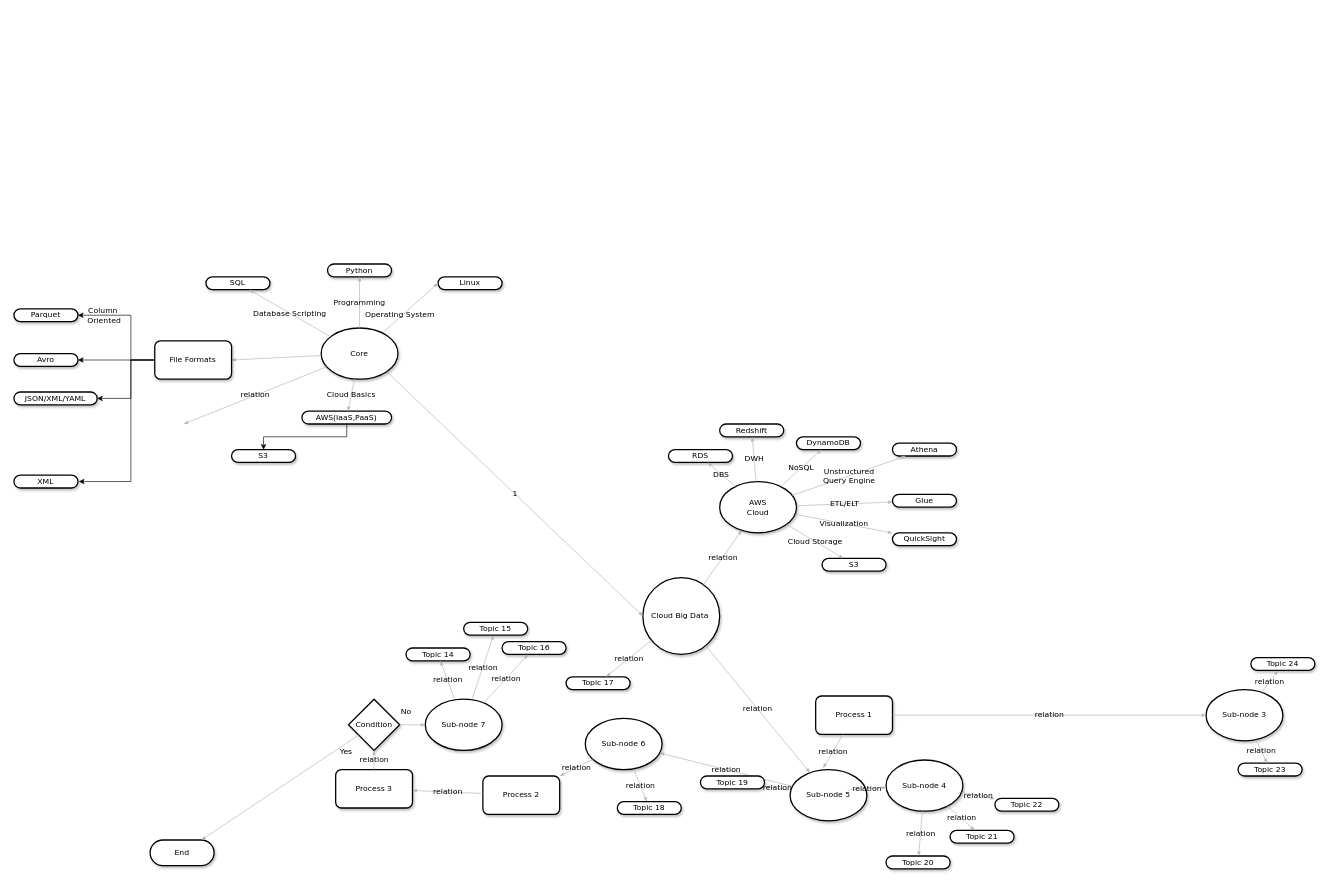
NubeEra-DataEngineering/DataOps-CICD keeps this draw.io diagram as BDC.drawio. Above is the earlier version. Source tidied: cells renumbered, new cells numbered last; positions are measured from the earlier drawing's top-left corner, leaving out a move shared by most shapes. Both pictures are drawn from the tidied source at 64%, with x=0, y=0 at pixel (13, 264).
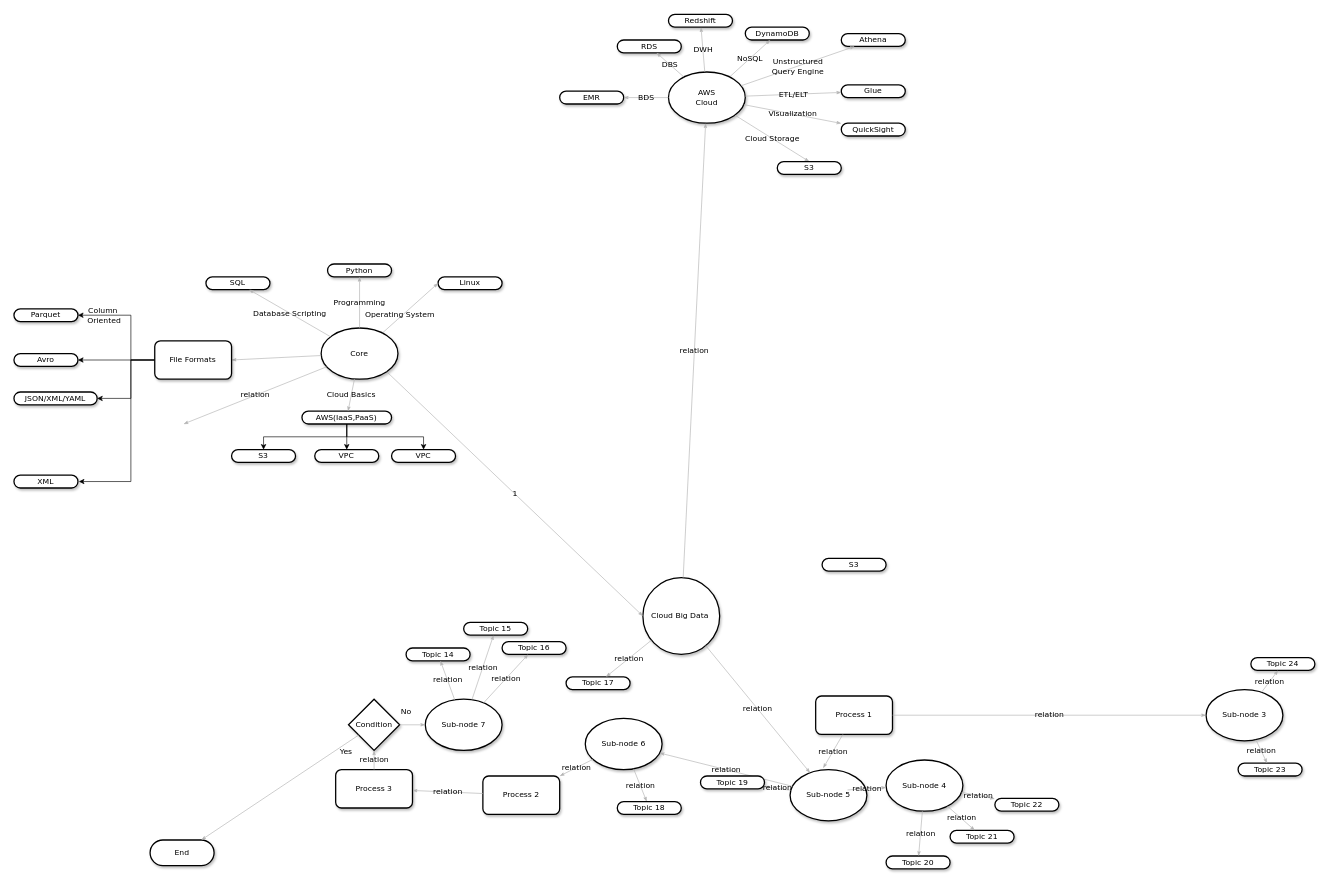
Above is the later version.

Unchanged cells that the change refers to:
```xml
<mxCell id="20" value="S3" style="whiteSpace=wrap;html=1;rounded=1;shadow=1;comic=0;labelBackgroundColor=none;strokeWidth=2;fontFamily=Verdana;fontSize=12;align=center;arcSize=50;" parent="1" vertex="1">
  <mxGeometry x="1263" y="460" width="100" height="20" as="geometry" />
</mxCell>
<mxCell id="55" value="AWS(IaaS,PaaS)" style="whiteSpace=wrap;html=1;rounded=1;shadow=1;comic=0;labelBackgroundColor=none;strokeWidth=2;fontFamily=Verdana;fontSize=12;align=center;arcSize=50;" parent="1" vertex="1">
  <mxGeometry x="450.3" y="230" width="140" height="20" as="geometry" />
</mxCell>
```

Diff of the diagram source:
```diff
@@
     <mxCell id="4" value="&lt;span&gt;AWS&lt;br&gt;Cloud&lt;/span&gt;" style="ellipse;whiteSpace=wrap;html=1;rounded=1;shadow=1;comic=0;labelBackgroundColor=none;strokeWidth=2;fontFamily=Verdana;fontSize=12;align=center;" parent="1" vertex="1">
-      <mxGeometry x="1103" y="340" width="120" height="80" as="geometry" />
+      <mxGeometry x="1023" y="-300" width="120" height="80" as="geometry" />
     </mxCell>
@@
     <mxCell id="12" value="RDS" style="whiteSpace=wrap;html=1;rounded=1;shadow=1;comic=0;labelBackgroundColor=none;strokeWidth=2;fontFamily=Verdana;fontSize=12;align=center;arcSize=50;" parent="1" vertex="1">
-      <mxGeometry x="1023" y="290" width="100" height="20" as="geometry" />
+      <mxGeometry x="943" y="-350" width="100" height="20" as="geometry" />
     </mxCell>
@@
     <mxCell id="15" value="&lt;span&gt;Redshift&lt;/span&gt;" style="whiteSpace=wrap;html=1;rounded=1;shadow=1;comic=0;labelBackgroundColor=none;strokeWidth=2;fontFamily=Verdana;fontSize=12;align=center;arcSize=50;" parent="1" vertex="1">
-      <mxGeometry x="1103" y="250" width="100" height="20" as="geometry" />
+      <mxGeometry x="1023" y="-390" width="100" height="20" as="geometry" />
     </mxCell>
     <mxCell id="16" value="&lt;span&gt;DynamoDB&lt;/span&gt;" style="whiteSpace=wrap;html=1;rounded=1;shadow=1;comic=0;labelBackgroundColor=none;strokeWidth=2;fontFamily=Verdana;fontSize=12;align=center;arcSize=50;" parent="1" vertex="1">
-      <mxGeometry x="1223" y="270" width="100" height="20" as="geometry" />
+      <mxGeometry x="1143" y="-370" width="100" height="20" as="geometry" />
     </mxCell>
     <mxCell id="17" value="&lt;span&gt;Athena&lt;/span&gt;" style="whiteSpace=wrap;html=1;rounded=1;shadow=1;comic=0;labelBackgroundColor=none;strokeWidth=2;fontFamily=Verdana;fontSize=12;align=center;arcSize=50;" parent="1" vertex="1">
-      <mxGeometry x="1373" y="280" width="100" height="20" as="geometry" />
+      <mxGeometry x="1293" y="-360" width="100" height="20" as="geometry" />
     </mxCell>
     <mxCell id="18" value="&lt;span&gt;Glue&lt;/span&gt;" style="whiteSpace=wrap;html=1;rounded=1;shadow=1;comic=0;labelBackgroundColor=none;strokeWidth=2;fontFamily=Verdana;fontSize=12;align=center;arcSize=50;" parent="1" vertex="1">
-      <mxGeometry x="1373" y="360" width="100" height="20" as="geometry" />
+      <mxGeometry x="1293" y="-280" width="100" height="20" as="geometry" />
     </mxCell>
     <mxCell id="19" value="&lt;span&gt;QuickSight&lt;/span&gt;" style="whiteSpace=wrap;html=1;rounded=1;shadow=1;comic=0;labelBackgroundColor=none;strokeWidth=2;fontFamily=Verdana;fontSize=12;align=center;arcSize=50;" parent="1" vertex="1">
-      <mxGeometry x="1373" y="420" width="100" height="20" as="geometry" />
+      <mxGeometry x="1293" y="-220" width="100" height="20" as="geometry" />
     </mxCell>
@@
-    <mxCell id="38" value="Cloud Storage" style="edgeStyle=none;rounded=1;html=1;labelBackgroundColor=none;startArrow=none;startFill=0;startSize=5;endArrow=classicThin;endFill=1;endSize=5;jettySize=auto;strokeColor=#B3B3B3;strokeWidth=1;fontFamily=Verdana;fontSize=12;" parent="1" edge="1" source="4" target="20">
+    <mxCell id="38" value="Cloud Storage" style="edgeStyle=none;rounded=1;html=1;labelBackgroundColor=none;startArrow=none;startFill=0;startSize=5;endArrow=classicThin;endFill=1;endSize=5;jettySize=auto;strokeColor=#B3B3B3;strokeWidth=1;fontFamily=Verdana;fontSize=12;entryX=0.5;entryY=0;entryDx=0;entryDy=0;" parent="1" edge="1" source="4" target="88">
       <mxGeometry relative="1" as="geometry" />
     </mxCell>
@@
+    <mxCell id="84" style="edgeStyle=orthogonalEdgeStyle;rounded=0;jettySize=auto;html=1;entryX=0.5;entryY=0;entryDx=0;entryDy=0;" parent="1" edge="1" source="55" target="85">
+      <mxGeometry relative="1" as="geometry" />
+    </mxCell>
@@
+    <mxCell id="85" value="&lt;span&gt;VPC&lt;/span&gt;" style="whiteSpace=wrap;html=1;rounded=1;shadow=1;comic=0;labelBackgroundColor=none;strokeWidth=2;fontFamily=Verdana;fontSize=12;align=center;arcSize=50;" parent="1" vertex="1">
+      <mxGeometry x="470.3" y="290" width="100" height="20" as="geometry" />
+    </mxCell>
+    <mxCell id="86" style="edgeStyle=orthogonalEdgeStyle;rounded=0;jettySize=auto;html=1;entryX=0.5;entryY=0;entryDx=0;entryDy=0;exitX=0.5;exitY=1;exitDx=0;exitDy=0;" parent="1" edge="1" source="55" target="87">
+      <mxGeometry relative="1" as="geometry" />
+    </mxCell>
+    <mxCell id="87" value="&lt;span&gt;VPC&lt;/span&gt;" style="whiteSpace=wrap;html=1;rounded=1;shadow=1;comic=0;labelBackgroundColor=none;strokeWidth=2;fontFamily=Verdana;fontSize=12;align=center;arcSize=50;" parent="1" vertex="1">
+      <mxGeometry x="590.3" y="290" width="100" height="20" as="geometry" />
+    </mxCell>
+    <mxCell id="88" value="S3" style="whiteSpace=wrap;html=1;rounded=1;shadow=1;comic=0;labelBackgroundColor=none;strokeWidth=2;fontFamily=Verdana;fontSize=12;align=center;arcSize=50;" parent="1" vertex="1">
+      <mxGeometry x="1193" y="-160" width="100" height="20" as="geometry" />
+    </mxCell>
+    <mxCell id="89" value="EMR" style="whiteSpace=wrap;html=1;rounded=1;shadow=1;comic=0;labelBackgroundColor=none;strokeWidth=2;fontFamily=Verdana;fontSize=12;align=center;arcSize=50;" parent="1" vertex="1">
+      <mxGeometry x="853" y="-270" width="100" height="20" as="geometry" />
+    </mxCell>
+    <mxCell id="90" value="BDS" style="edgeStyle=none;rounded=1;html=1;labelBackgroundColor=none;startArrow=none;startFill=0;startSize=5;endArrow=classicThin;endFill=1;endSize=5;jettySize=auto;strokeColor=#B3B3B3;strokeWidth=1;fontFamily=Verdana;fontSize=12;exitX=0;exitY=0.5;exitDx=0;exitDy=0;entryX=1;entryY=0.5;entryDx=0;entryDy=0;" parent="1" edge="1" source="4" target="89">
+      <mxGeometry relative="1" as="geometry" />
+    </mxCell>
```
